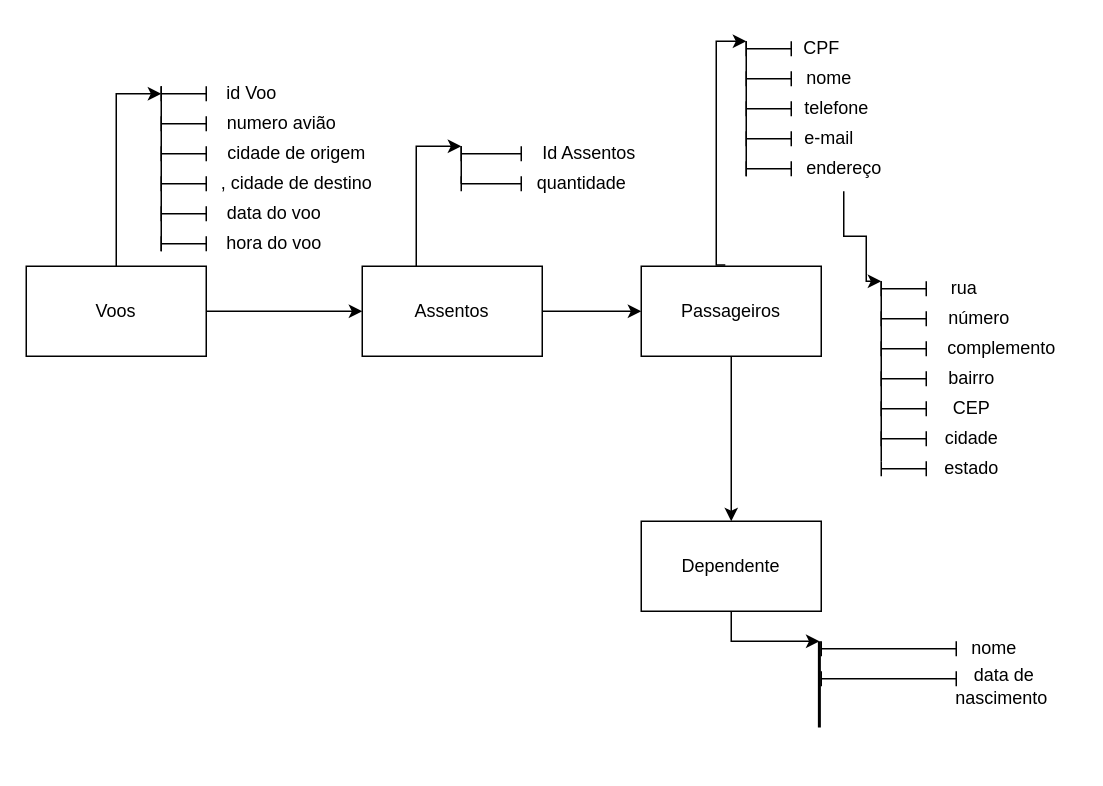
This is Diagrama sem nome.drawio from Taisalvess/Banco-De-Dados-Uninter, a draw.io file, before an edit. Source tidied: cells renumbered, new cells numbered last; positions are measured from the earlier drawing's top-left corner, leaving out a move shared by most shapes. Both pictures are drawn from the tidied source at 150%, with x=0, y=0 at pixel (26, 26).
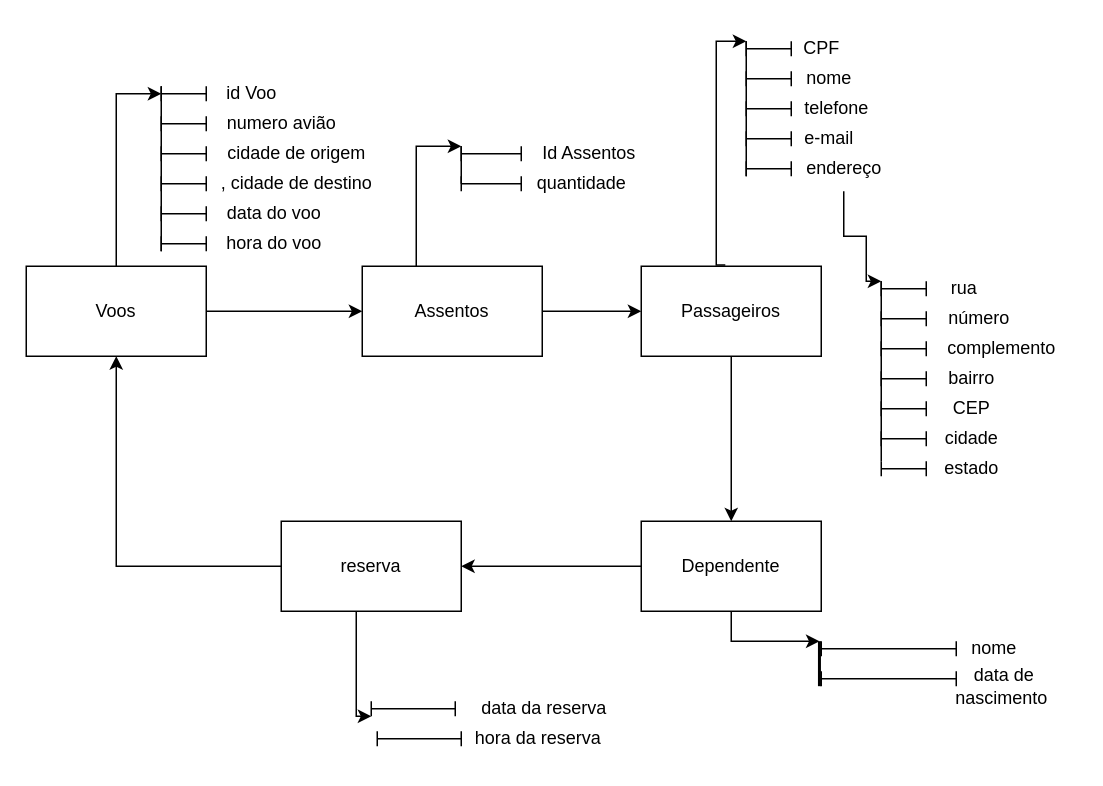
The same diagram, later.

Commit message:
Feito a parte das reservas

The change refers to these unchanged cells:
```xml
<mxCell id="4" value="Voos" style="rounded=0;whiteSpace=wrap;html=1;" parent="1" vertex="1">
  <mxGeometry y="160" width="120" height="60" as="geometry" />
</mxCell>
<mxCell id="9" value="Dependente" style="rounded=0;whiteSpace=wrap;html=1;" parent="1" vertex="1">
  <mxGeometry x="410" y="330" width="120" height="60" as="geometry" />
</mxCell>
```

The edit, as a diff of the source:
```diff
@@
+    <mxCell id="63" style="edgeStyle=orthogonalEdgeStyle;rounded=0;jettySize=auto;html=1;" parent="1" edge="1" source="9">
+      <mxGeometry relative="1" as="geometry">
+        <mxPoint x="290" y="360" as="targetPoint" />
+      </mxGeometry>
+    </mxCell>
@@
     <mxCell id="58" style="line;strokeWidth=2;html=1;rotation=90;" parent="1" vertex="1">
-      <mxGeometry x="500" y="435" width="57.5" height="7.5" as="geometry" />
+      <mxGeometry x="513.8" y="421.2" width="30" height="7.5" as="geometry" />
     </mxCell>
@@
+    <mxCell id="64" style="edgeStyle=orthogonalEdgeStyle;rounded=0;jettySize=auto;html=1;" parent="1" edge="1" source="66">
+      <mxGeometry relative="1" as="geometry">
+        <mxPoint x="230" y="460" as="targetPoint" />
+        <Array as="points">
+          <mxPoint x="220" y="460" />
+        </Array>
+      </mxGeometry>
+    </mxCell>
+    <mxCell id="65" style="edgeStyle=orthogonalEdgeStyle;rounded=0;jettySize=auto;html=1;entryX=0.5;entryY=1;entryDx=0;entryDy=0;" parent="1" edge="1" source="66" target="4">
+      <mxGeometry relative="1" as="geometry" />
+    </mxCell>
+    <mxCell id="66" value="reserva" style="rounded=0;whiteSpace=wrap;html=1;" parent="1" vertex="1">
+      <mxGeometry x="170" y="330" width="120" height="60" as="geometry" />
+    </mxCell>
+    <mxCell id="67" value="data da reserva" style="text;html=1;align=center;verticalAlign=middle;strokeColor=none;fillColor=none;" parent="1" vertex="1">
+      <mxGeometry x="290" y="440" width="110" height="30" as="geometry" />
+    </mxCell>
+    <mxCell id="68" value="hora da reserva" style="text;html=1;align=center;verticalAlign=middle;strokeColor=none;fillColor=none;" parent="1" vertex="1">
+      <mxGeometry x="286" y="460" width="110" height="30" as="geometry" />
+    </mxCell>
+    <mxCell id="69" style="shape=crossbar;whiteSpace=wrap;html=1;rounded=1;" parent="1" vertex="1">
+      <mxGeometry x="234" y="470" width="56" height="10" as="geometry" />
+    </mxCell>
+    <mxCell id="70" style="shape=crossbar;whiteSpace=wrap;html=1;rounded=1;" parent="1" vertex="1">
+      <mxGeometry x="230" y="450" width="56" height="10" as="geometry" />
+    </mxCell>
```
